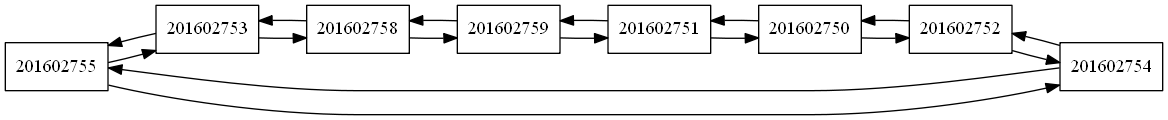
This is Proyecto2/graphListaC.png from Angel357/-EDD-Proyecto2, a Graphviz export, as it was before one commit. Its source is kept beside it as Proyecto2/graphListaC.dot.
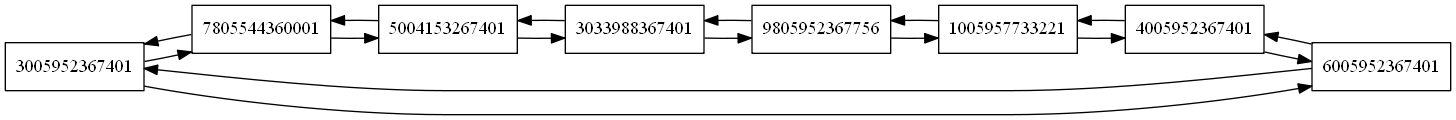
After the change.

What changed in the source:
```diff
@@ -1,28 +1,28 @@
 digraph {
 node[shape=box];
 rankdir=LR;
-201602755[shape=box, label="201602755"];
-201602755->201602753
-201602755->201602754
-201602753[shape=box, label="201602753"];
-201602753->201602758
-201602753->201602755
-201602758[shape=box, label="201602758"];
-201602758->201602759
-201602758->201602753
-201602759[shape=box, label="201602759"];
-201602759->201602751
-201602759->201602758
-201602751[shape=box, label="201602751"];
-201602751->201602750
-201602751->201602759
-201602750[shape=box, label="201602750"];
-201602750->201602752
-201602750->201602751
-201602752[shape=box, label="201602752"];
-201602752->201602754
-201602752->201602750
-201602754[shape=box, label="201602754"];
-201602754->201602755
-201602754->201602752
+3005952367401[shape=box, label="3005952367401"];
+3005952367401->7805544360001
+3005952367401->6005952367401
+7805544360001[shape=box, label="7805544360001"];
+7805544360001->5004153267401
+7805544360001->3005952367401
+5004153267401[shape=box, label="5004153267401"];
+5004153267401->3033988367401
+5004153267401->7805544360001
+3033988367401[shape=box, label="3033988367401"];
+3033988367401->9805952367756
+3033988367401->5004153267401
+9805952367756[shape=box, label="9805952367756"];
+9805952367756->1005957733221
+9805952367756->3033988367401
+1005957733221[shape=box, label="1005957733221"];
+1005957733221->4005952367401
+1005957733221->9805952367756
+4005952367401[shape=box, label="4005952367401"];
+4005952367401->6005952367401
+4005952367401->1005957733221
+6005952367401[shape=box, label="6005952367401"];
+6005952367401->3005952367401
+6005952367401->4005952367401
  }
```
